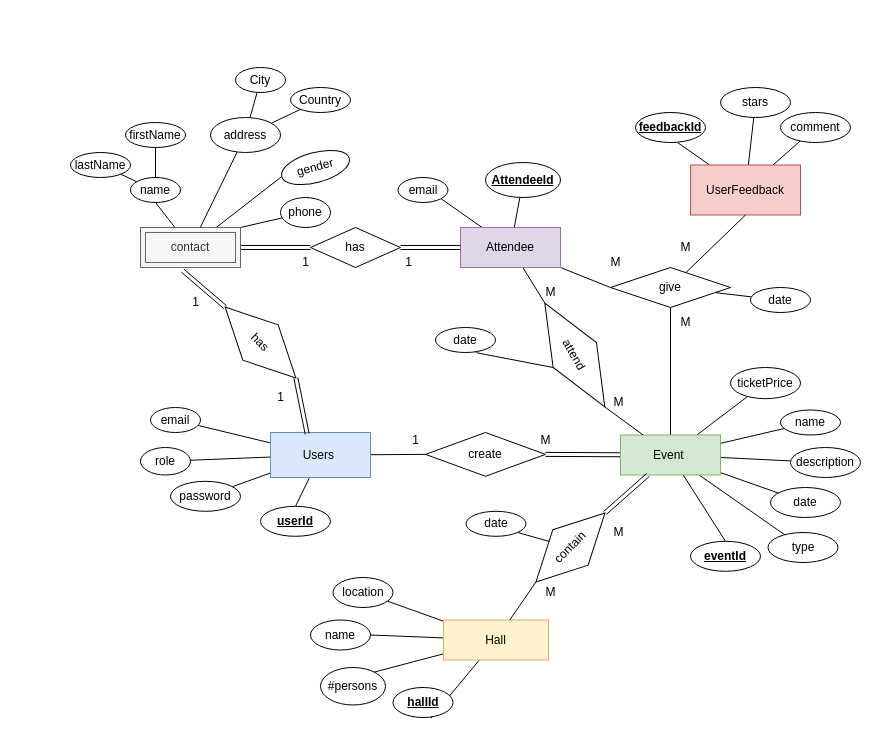
tahahussein143/Node-js-Project keeps this draw.io diagram as Materials/Database/ERD.drawio. Above is the earlier version. Source tidied: cells renumbered, new cells numbered last; positions are measured from the earlier drawing's top-left corner, leaving out a move shared by most shapes. Both pictures are drawn from the tidied source at 100%, with x=0, y=0 at pixel (70, 67).
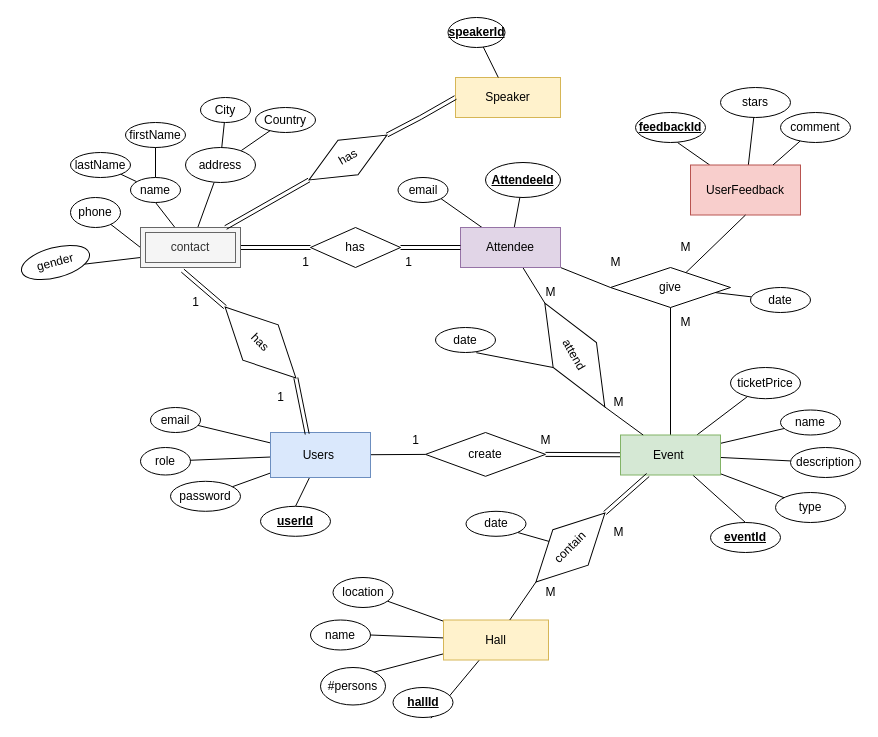
Above is the later version.

The change refers to these unchanged cells:
```xml
<mxCell id="19" value="Event&amp;nbsp;" style="whiteSpace=wrap;html=1;align=center;fillColor=#d5e8d4;strokeColor=#82b366;" parent="1" vertex="1">
  <mxGeometry x="550" y="367.5" width="100" height="40" as="geometry" />
</mxCell>
<mxCell id="78" value="contact" style="shape=ext;margin=3;double=1;whiteSpace=wrap;html=1;align=center;fillColor=#f5f5f5;fontColor=#333333;strokeColor=#666666;" parent="1" vertex="1">
  <mxGeometry x="70" y="160" width="100" height="40" as="geometry" />
</mxCell>
```

Diff of the diagram source:
```diff
@@
-    <mxCell id="12" style="rounded=0;jettySize=auto;html=1;endArrow=none;endFill=0;" parent="1" edge="1" source="19" target="22">
-      <mxGeometry relative="1" as="geometry" />
-    </mxCell>
@@
-    <mxCell id="22" value="date" style="ellipse;whiteSpace=wrap;html=1;align=center;" parent="1" vertex="1">
-      <mxGeometry x="700" y="420" width="70" height="30" as="geometry" />
-    </mxCell>
-    <mxCell id="23" style="rounded=0;jettySize=auto;html=1;endArrow=none;endFill=0;exitX=1;exitY=0;exitDx=0;exitDy=0;" parent="1" edge="1" source="78" target="29">
-      <mxGeometry relative="1" as="geometry" />
-    </mxCell>
@@
+    <mxCell id="100" style="rounded=0;jettySize=auto;html=1;entryX=0;entryY=0.5;entryDx=0;entryDy=0;endArrow=none;endFill=0;" parent="1" edge="1" source="29" target="78">
+      <mxGeometry relative="1" as="geometry" />
+    </mxCell>
     <mxCell id="29" value="phone" style="ellipse;whiteSpace=wrap;html=1;align=center;" parent="1" vertex="1">
-      <mxGeometry x="210" y="130" width="50" height="30" as="geometry" />
+      <mxGeometry y="130" width="50" height="30" as="geometry" />
     </mxCell>
@@
     <mxCell id="40" value="&lt;b&gt;&lt;u&gt;eventId&lt;/u&gt;&lt;/b&gt;" style="ellipse;whiteSpace=wrap;html=1;align=center;" parent="1" vertex="1">
-      <mxGeometry x="620" y="473.8" width="70" height="30" as="geometry" />
+      <mxGeometry x="640" y="455" width="70" height="30" as="geometry" />
     </mxCell>
@@
     <mxCell id="57" value="type" style="ellipse;whiteSpace=wrap;html=1;align=center;" parent="1" vertex="1">
-      <mxGeometry x="697.5" y="465" width="70" height="30" as="geometry" />
+      <mxGeometry x="705" y="425" width="70" height="30" as="geometry" />
     </mxCell>
@@
-    <mxCell id="75" style="edgeStyle=none;rounded=0;jettySize=auto;html=1;entryX=0;entryY=0.5;entryDx=0;entryDy=0;endArrow=none;endFill=0;" parent="1" edge="1" source="78" target="84">
+    <mxCell id="75" style="edgeStyle=none;rounded=0;jettySize=auto;html=1;entryX=0;entryY=0.5;entryDx=0;entryDy=0;endArrow=none;endFill=0;exitX=0;exitY=0.75;exitDx=0;exitDy=0;" parent="1" edge="1" source="78" target="84">
       <mxGeometry relative="1" as="geometry" />
     </mxCell>
@@
     <mxCell id="81" value="address" style="ellipse;whiteSpace=wrap;html=1;align=center;" parent="1" vertex="1">
-      <mxGeometry x="140" y="50" width="70" height="35" as="geometry" />
+      <mxGeometry x="115" y="80" width="70" height="35" as="geometry" />
     </mxCell>
     <mxCell id="82" value="City" style="ellipse;whiteSpace=wrap;html=1;align=center;" parent="1" vertex="1">
-      <mxGeometry x="165" width="50" height="25" as="geometry" />
+      <mxGeometry x="130" y="30" width="50" height="25" as="geometry" />
     </mxCell>
     <mxCell id="83" value="Country" style="ellipse;whiteSpace=wrap;html=1;align=center;" parent="1" vertex="1">
-      <mxGeometry x="220" y="20" width="60" height="25" as="geometry" />
+      <mxGeometry x="185" y="40" width="60" height="25" as="geometry" />
     </mxCell>
     <mxCell id="84" value="gender" style="ellipse;whiteSpace=wrap;html=1;align=center;rotation=-15;" parent="1" vertex="1">
-      <mxGeometry x="210" y="85" width="70" height="30" as="geometry" />
+      <mxGeometry x="-50" y="180" width="70" height="30" as="geometry" />
     </mxCell>
@@
+    <mxCell id="101" value="Speaker" style="whiteSpace=wrap;html=1;align=center;fillColor=#fff2cc;strokeColor=#d6b656;" parent="1" vertex="1">
+      <mxGeometry x="385" y="10" width="105" height="40" as="geometry" />
+    </mxCell>
+    <mxCell id="102" style="edgeStyle=none;rounded=0;jettySize=auto;html=1;exitX=0;exitY=0.5;exitDx=0;exitDy=0;endArrow=none;endFill=0;shape=link;" parent="1" edge="1" source="104" target="78">
+      <mxGeometry relative="1" as="geometry" />
+    </mxCell>
+    <mxCell id="103" style="edgeStyle=none;rounded=0;jettySize=auto;html=1;exitX=1;exitY=0.5;exitDx=0;exitDy=0;entryX=0;entryY=0.5;entryDx=0;entryDy=0;endArrow=none;endFill=0;shape=link;" parent="1" edge="1" source="104" target="101">
+      <mxGeometry relative="1" as="geometry">
+        <Array as="points">
+          <mxPoint x="350" y="50" />
+        </Array>
+      </mxGeometry>
+    </mxCell>
+    <mxCell id="104" value="has" style="shape=rhombus;perimeter=rhombusPerimeter;whiteSpace=wrap;html=1;align=center;rotation=-30;" parent="1" vertex="1">
+      <mxGeometry x="232.5" y="70" width="90" height="40" as="geometry" />
+    </mxCell>
+    <mxCell id="105" style="edgeStyle=none;rounded=0;jettySize=auto;html=1;endArrow=none;endFill=0;" parent="1" edge="1" source="106" target="101">
+      <mxGeometry relative="1" as="geometry" />
+    </mxCell>
+    <mxCell id="106" value="&lt;b&gt;&lt;u&gt;speakerId&lt;/u&gt;&lt;/b&gt;" style="ellipse;whiteSpace=wrap;html=1;align=center;" parent="1" vertex="1">
+      <mxGeometry x="377.5" y="-50" width="57" height="30" as="geometry" />
+    </mxCell>
```
